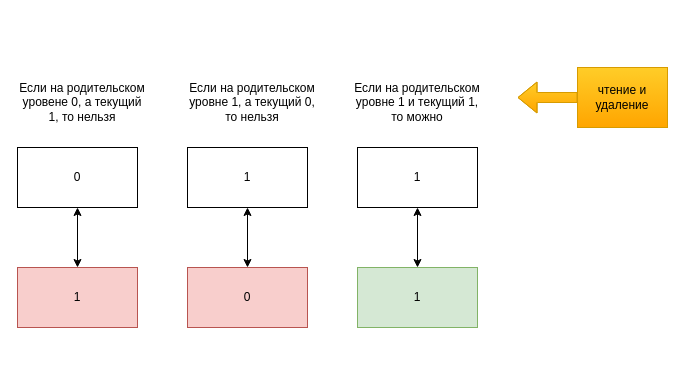
This is Диаграмма без названия.drawio from GrigoryGriko/astro_checklist, a draw.io file, before an edit. Source tidied: cells renumbered, new cells numbered last; positions are measured from the earlier drawing's top-left corner, leaving out a move shared by most shapes. Both pictures are drawn from the tidied source at 100%, with x=0, y=0 at pixel (17, 67).
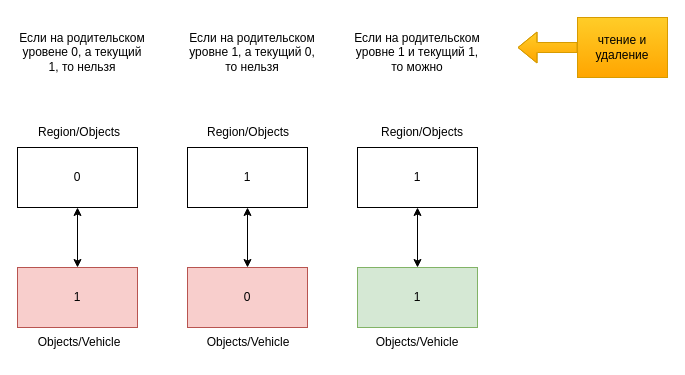
After the change.

What changed in the source:
```diff
@@
     <mxCell id="11" value="чтение и удаление" style="rounded=0;whiteSpace=wrap;html=1;align=center;fillColor=#ffcd28;strokeColor=#d79b00;gradientColor=#ffa500;" parent="1" vertex="1">
-      <mxGeometry x="560" width="90" height="60" as="geometry" />
+      <mxGeometry x="560" y="-50" width="90" height="60" as="geometry" />
     </mxCell>
     <mxCell id="12" style="shape=flexArrow;endArrow=classic;html=1;rounded=0;exitX=0;exitY=0.5;exitDx=0;exitDy=0;fillColor=#ffcd28;gradientColor=#ffa500;strokeColor=#d79b00;" parent="1" edge="1" source="11">
       <mxGeometry relative="1" as="geometry">
-        <mxPoint x="500" y="30" as="targetPoint" />
+        <mxPoint x="500" y="-20" as="targetPoint" />
         <Array as="points">
-          <mxPoint x="520" y="30" />
+          <mxPoint x="520" y="-20" />
         </Array>
       </mxGeometry>
     </mxCell>
     <mxCell id="13" value="Если на родительском уровене 0, а текущий 1, то нельзя" style="text;html=1;align=center;verticalAlign=middle;whiteSpace=wrap;rounded=0;" parent="1" vertex="1">
-      <mxGeometry y="20" width="130" height="30" as="geometry" />
+      <mxGeometry y="-30" width="130" height="30" as="geometry" />
     </mxCell>
     <mxCell id="14" value="Если на родительском уровне 1, а текущий 0, то нельзя" style="text;html=1;align=center;verticalAlign=middle;whiteSpace=wrap;rounded=0;" parent="1" vertex="1">
-      <mxGeometry x="170" y="20" width="130" height="30" as="geometry" />
+      <mxGeometry x="170" y="-30" width="130" height="30" as="geometry" />
     </mxCell>
     <mxCell id="15" value="Если на родительском уровне 1 и текущий 1, то можно" style="text;html=1;align=center;verticalAlign=middle;whiteSpace=wrap;rounded=0;" parent="1" vertex="1">
-      <mxGeometry x="335" y="20" width="130" height="30" as="geometry" />
+      <mxGeometry x="335" y="-30" width="130" height="30" as="geometry" />
     </mxCell>
+    <mxCell id="16" value="Region/Objects" style="text;html=1;align=center;verticalAlign=middle;whiteSpace=wrap;rounded=0;" parent="1" vertex="1">
+      <mxGeometry x="350" y="50" width="110" height="30" as="geometry" />
+    </mxCell>
+    <mxCell id="17" value="Region/Objects" style="text;html=1;align=center;verticalAlign=middle;whiteSpace=wrap;rounded=0;" parent="1" vertex="1">
+      <mxGeometry x="176" y="50" width="110" height="30" as="geometry" />
+    </mxCell>
+    <mxCell id="18" value="Region/Objects" style="text;html=1;align=center;verticalAlign=middle;whiteSpace=wrap;rounded=0;" parent="1" vertex="1">
+      <mxGeometry x="7" y="50" width="110" height="30" as="geometry" />
+    </mxCell>
+    <mxCell id="19" value="Objects/Vehicle" style="text;html=1;align=center;verticalAlign=middle;whiteSpace=wrap;rounded=0;" parent="1" vertex="1">
+      <mxGeometry x="7" y="260" width="110" height="30" as="geometry" />
+    </mxCell>
+    <mxCell id="20" value="Objects/Vehicle" style="text;html=1;align=center;verticalAlign=middle;whiteSpace=wrap;rounded=0;" parent="1" vertex="1">
+      <mxGeometry x="176" y="260" width="110" height="30" as="geometry" />
+    </mxCell>
+    <mxCell id="21" value="Objects/Vehicle" style="text;html=1;align=center;verticalAlign=middle;whiteSpace=wrap;rounded=0;" parent="1" vertex="1">
+      <mxGeometry x="345" y="260" width="110" height="30" as="geometry" />
+    </mxCell>
```
